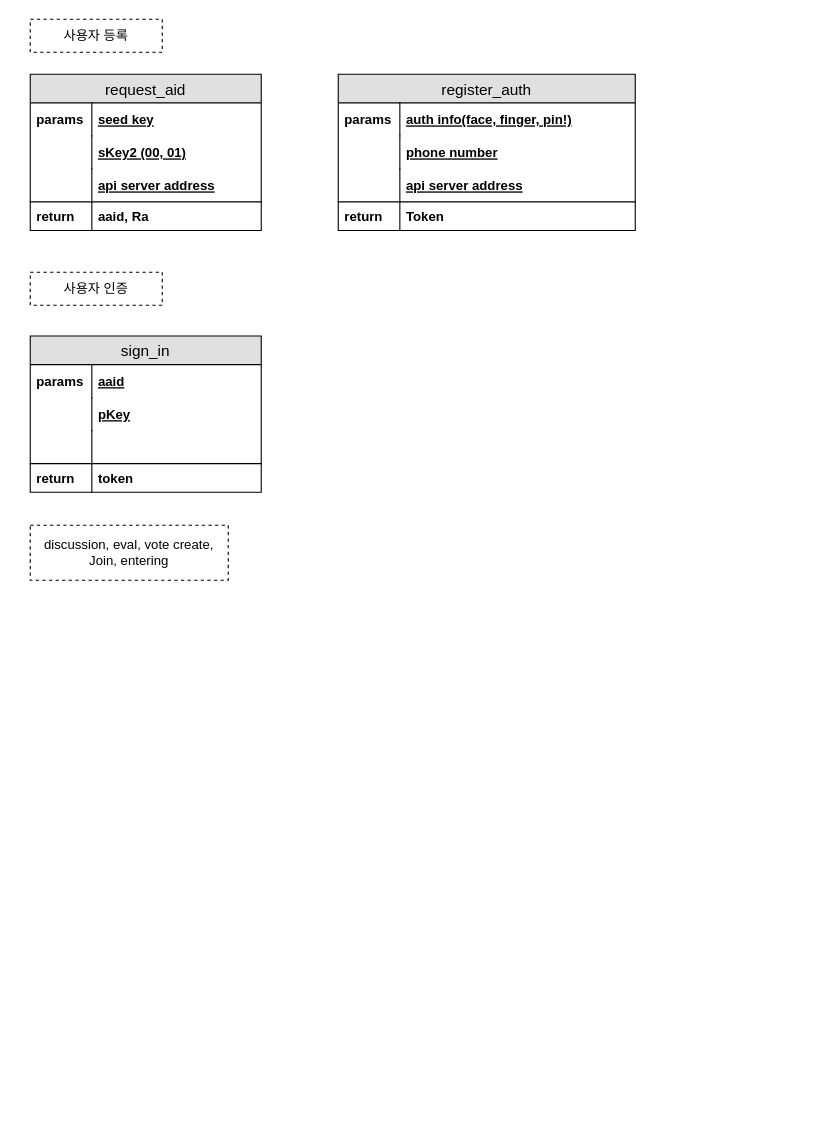
This is Kosac Diagram.drawio from lim6112j/kosac-diagram, a draw.io file, before an edit. Source tidied: cells renumbered, new cells numbered last; positions are measured from the earlier drawing's top-left corner, leaving out a move shared by most shapes. Both pictures are drawn from the tidied source at 110%, with x=0, y=0 at pixel (30, 19).
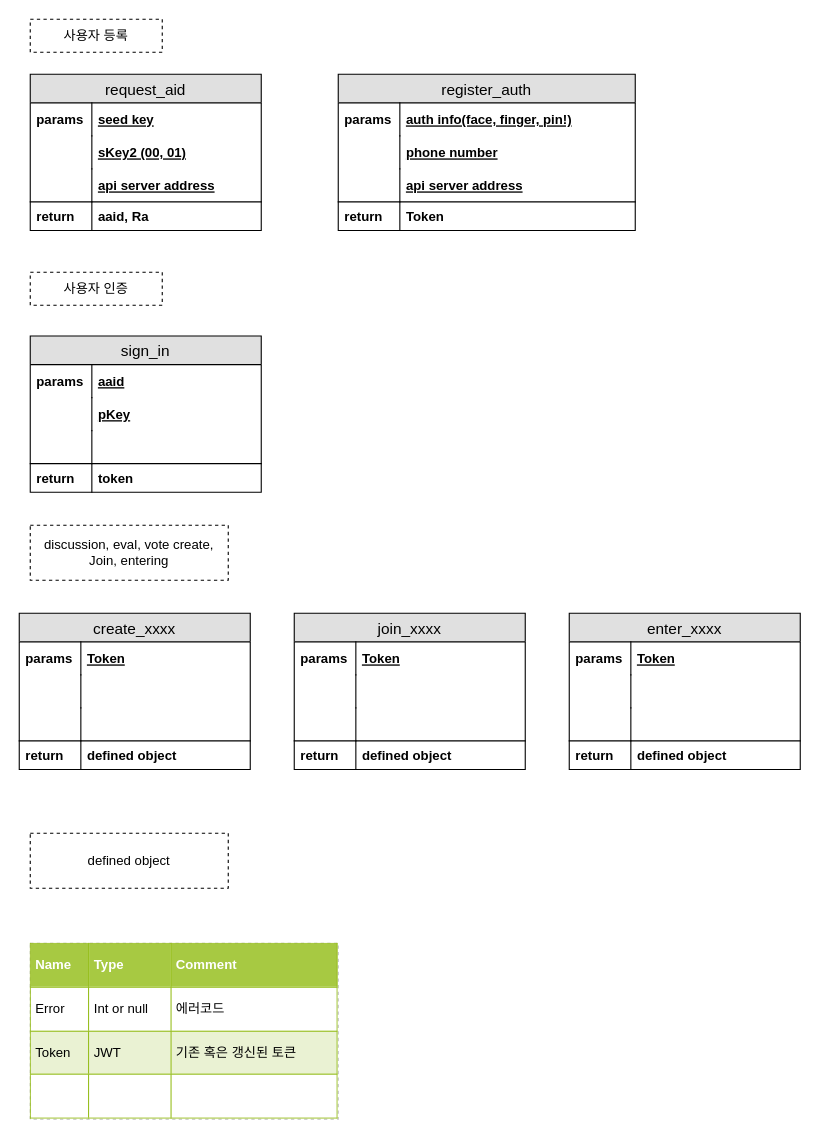
The same diagram, later.

Change to the diagram source:
```diff
@@
+    <mxCell id="32" value="create_xxxx" style="swimlane;fontStyle=0;horizontal=1;startSize=26;fillColor=#e0e0e0;swimlaneFillColor=#ffffff;align=center;fontSize=14;" parent="1" vertex="1">
+      <mxGeometry x="-10" y="540" width="210" height="142" as="geometry" />
+    </mxCell>
+    <mxCell id="33" value="Token" style="shape=partialRectangle;top=0;left=0;right=0;bottom=0;align=left;verticalAlign=middle;fillColor=none;spacingLeft=60;spacingRight=4;overflow=hidden;fontStyle=5;fontSize=12;" parent="32" vertex="1">
+      <mxGeometry y="26" width="210" height="30" as="geometry" />
+    </mxCell>
+    <mxCell id="34" value="params" style="shape=partialRectangle;fontStyle=1;top=0;left=0;bottom=0;fillColor=none;align=left;verticalAlign=middle;spacingLeft=4;spacingRight=4;overflow=hidden;fontSize=12;" parent="33" vertex="1">
+      <mxGeometry width="56" height="30" as="geometry" />
+    </mxCell>
+    <mxCell id="35" style="shape=partialRectangle;top=0;left=0;right=0;bottom=1;align=left;verticalAlign=middle;fillColor=none;spacingLeft=60;spacingRight=4;overflow=hidden;fontStyle=5;fontSize=12;strokeColor=none;" parent="32" vertex="1">
+      <mxGeometry y="56" width="210" height="30" as="geometry" />
+    </mxCell>
+    <mxCell id="36" style="shape=partialRectangle;fontStyle=1;top=0;left=0;bottom=0;fillColor=none;align=left;verticalAlign=middle;spacingLeft=4;spacingRight=4;overflow=hidden;fontSize=12;" parent="35" vertex="1">
+      <mxGeometry width="56" height="30" as="geometry" />
+    </mxCell>
+    <mxCell id="37" style="shape=partialRectangle;top=0;left=0;right=0;bottom=1;align=left;verticalAlign=middle;fillColor=none;spacingLeft=60;spacingRight=4;overflow=hidden;fontStyle=5;fontSize=12;" parent="32" vertex="1">
+      <mxGeometry y="86" width="210" height="30" as="geometry" />
+    </mxCell>
+    <mxCell id="38" style="shape=partialRectangle;fontStyle=1;top=0;left=0;bottom=0;fillColor=none;align=left;verticalAlign=middle;spacingLeft=4;spacingRight=4;overflow=hidden;fontSize=12;" parent="37" vertex="1">
+      <mxGeometry width="56" height="30" as="geometry" />
+    </mxCell>
+    <mxCell id="39" value="defined object" style="shape=partialRectangle;top=0;left=0;right=0;bottom=0;align=left;verticalAlign=top;fillColor=none;spacingLeft=60;spacingRight=4;overflow=hidden;fontSize=12;fontStyle=1;" parent="32" vertex="1">
+      <mxGeometry y="116" width="210" height="26" as="geometry" />
+    </mxCell>
+    <mxCell id="40" value="return" style="shape=partialRectangle;top=0;left=0;bottom=0;fillColor=none;align=left;verticalAlign=top;spacingLeft=4;spacingRight=4;overflow=hidden;fontSize=12;fontStyle=1;" parent="39" vertex="1">
+      <mxGeometry width="56" height="26" as="geometry" />
+    </mxCell>
+    <mxCell id="41" value="join_xxxx" style="swimlane;fontStyle=0;horizontal=1;startSize=26;fillColor=#e0e0e0;swimlaneFillColor=#ffffff;align=center;fontSize=14;" parent="1" vertex="1">
+      <mxGeometry x="240" y="540" width="210" height="142" as="geometry" />
+    </mxCell>
+    <mxCell id="42" value="Token" style="shape=partialRectangle;top=0;left=0;right=0;bottom=0;align=left;verticalAlign=middle;fillColor=none;spacingLeft=60;spacingRight=4;overflow=hidden;fontStyle=5;fontSize=12;" parent="41" vertex="1">
+      <mxGeometry y="26" width="210" height="30" as="geometry" />
+    </mxCell>
+    <mxCell id="43" value="params" style="shape=partialRectangle;fontStyle=1;top=0;left=0;bottom=0;fillColor=none;align=left;verticalAlign=middle;spacingLeft=4;spacingRight=4;overflow=hidden;fontSize=12;" parent="42" vertex="1">
+      <mxGeometry width="56" height="30" as="geometry" />
+    </mxCell>
+    <mxCell id="44" style="shape=partialRectangle;top=0;left=0;right=0;bottom=1;align=left;verticalAlign=middle;fillColor=none;spacingLeft=60;spacingRight=4;overflow=hidden;fontStyle=5;fontSize=12;strokeColor=none;" parent="41" vertex="1">
+      <mxGeometry y="56" width="210" height="30" as="geometry" />
+    </mxCell>
+    <mxCell id="45" style="shape=partialRectangle;fontStyle=1;top=0;left=0;bottom=0;fillColor=none;align=left;verticalAlign=middle;spacingLeft=4;spacingRight=4;overflow=hidden;fontSize=12;" parent="44" vertex="1">
+      <mxGeometry width="56" height="30" as="geometry" />
+    </mxCell>
+    <mxCell id="46" style="shape=partialRectangle;top=0;left=0;right=0;bottom=1;align=left;verticalAlign=middle;fillColor=none;spacingLeft=60;spacingRight=4;overflow=hidden;fontStyle=5;fontSize=12;" parent="41" vertex="1">
+      <mxGeometry y="86" width="210" height="30" as="geometry" />
+    </mxCell>
+    <mxCell id="47" style="shape=partialRectangle;fontStyle=1;top=0;left=0;bottom=0;fillColor=none;align=left;verticalAlign=middle;spacingLeft=4;spacingRight=4;overflow=hidden;fontSize=12;" parent="46" vertex="1">
+      <mxGeometry width="56" height="30" as="geometry" />
+    </mxCell>
+    <mxCell id="48" value="defined object" style="shape=partialRectangle;top=0;left=0;right=0;bottom=0;align=left;verticalAlign=top;fillColor=none;spacingLeft=60;spacingRight=4;overflow=hidden;fontSize=12;fontStyle=1;" parent="41" vertex="1">
+      <mxGeometry y="116" width="210" height="26" as="geometry" />
+    </mxCell>
+    <mxCell id="49" value="return" style="shape=partialRectangle;top=0;left=0;bottom=0;fillColor=none;align=left;verticalAlign=top;spacingLeft=4;spacingRight=4;overflow=hidden;fontSize=12;fontStyle=1;" parent="48" vertex="1">
+      <mxGeometry width="56" height="26" as="geometry" />
+    </mxCell>
+    <mxCell id="50" value="enter_xxxx" style="swimlane;fontStyle=0;horizontal=1;startSize=26;fillColor=#e0e0e0;swimlaneFillColor=#ffffff;align=center;fontSize=14;" parent="1" vertex="1">
+      <mxGeometry x="490" y="540" width="210" height="142" as="geometry" />
+    </mxCell>
+    <mxCell id="51" value="Token" style="shape=partialRectangle;top=0;left=0;right=0;bottom=0;align=left;verticalAlign=middle;fillColor=none;spacingLeft=60;spacingRight=4;overflow=hidden;fontStyle=5;fontSize=12;" parent="50" vertex="1">
+      <mxGeometry y="26" width="210" height="30" as="geometry" />
+    </mxCell>
+    <mxCell id="52" value="params" style="shape=partialRectangle;fontStyle=1;top=0;left=0;bottom=0;fillColor=none;align=left;verticalAlign=middle;spacingLeft=4;spacingRight=4;overflow=hidden;fontSize=12;" parent="51" vertex="1">
+      <mxGeometry width="56" height="30" as="geometry" />
+    </mxCell>
+    <mxCell id="53" style="shape=partialRectangle;top=0;left=0;right=0;bottom=1;align=left;verticalAlign=middle;fillColor=none;spacingLeft=60;spacingRight=4;overflow=hidden;fontStyle=5;fontSize=12;strokeColor=none;" parent="50" vertex="1">
+      <mxGeometry y="56" width="210" height="30" as="geometry" />
+    </mxCell>
+    <mxCell id="54" style="shape=partialRectangle;fontStyle=1;top=0;left=0;bottom=0;fillColor=none;align=left;verticalAlign=middle;spacingLeft=4;spacingRight=4;overflow=hidden;fontSize=12;" parent="53" vertex="1">
+      <mxGeometry width="56" height="30" as="geometry" />
+    </mxCell>
+    <mxCell id="55" style="shape=partialRectangle;top=0;left=0;right=0;bottom=1;align=left;verticalAlign=middle;fillColor=none;spacingLeft=60;spacingRight=4;overflow=hidden;fontStyle=5;fontSize=12;" parent="50" vertex="1">
+      <mxGeometry y="86" width="210" height="30" as="geometry" />
+    </mxCell>
+    <mxCell id="56" style="shape=partialRectangle;fontStyle=1;top=0;left=0;bottom=0;fillColor=none;align=left;verticalAlign=middle;spacingLeft=4;spacingRight=4;overflow=hidden;fontSize=12;" parent="55" vertex="1">
+      <mxGeometry width="56" height="30" as="geometry" />
+    </mxCell>
+    <mxCell id="57" value="defined object" style="shape=partialRectangle;top=0;left=0;right=0;bottom=0;align=left;verticalAlign=top;fillColor=none;spacingLeft=60;spacingRight=4;overflow=hidden;fontSize=12;fontStyle=1;" parent="50" vertex="1">
+      <mxGeometry y="116" width="210" height="26" as="geometry" />
+    </mxCell>
+    <mxCell id="58" value="return" style="shape=partialRectangle;top=0;left=0;bottom=0;fillColor=none;align=left;verticalAlign=top;spacingLeft=4;spacingRight=4;overflow=hidden;fontSize=12;fontStyle=1;" parent="57" vertex="1">
+      <mxGeometry width="56" height="26" as="geometry" />
+    </mxCell>
+    <mxCell id="59" value="defined object" style="rounded=0;whiteSpace=wrap;html=1;dashed=1;" parent="1" vertex="1">
+      <mxGeometry y="740" width="180" height="50" as="geometry" />
+    </mxCell>
+    <mxCell id="60" value="&lt;table border=&quot;1&quot; width=&quot;100%&quot; cellpadding=&quot;4&quot; style=&quot;width: 100% ; height: 100% ; border-collapse: collapse&quot;&gt;&lt;tbody&gt;&lt;tr style=&quot;background-color: #a7c942 ; color: #ffffff ; border: 1px solid #98bf21&quot;&gt;&lt;th align=&quot;left&quot;&gt;Name&lt;/th&gt;&lt;th align=&quot;left&quot;&gt;Type&lt;/th&gt;&lt;th align=&quot;left&quot;&gt;Comment&lt;/th&gt;&lt;/tr&gt;&lt;tr style=&quot;border: 1px solid #98bf21&quot;&gt;&lt;td&gt;Error&lt;/td&gt;&lt;td&gt;Int or null&lt;/td&gt;&lt;td&gt;에러코드&lt;/td&gt;&lt;/tr&gt;&lt;tr style=&quot;background-color: #eaf2d3 ; border: 1px solid #98bf21&quot;&gt;&lt;td&gt;Token&lt;/td&gt;&lt;td&gt;JWT&lt;/td&gt;&lt;td&gt;기존 혹은 갱신된 토큰&lt;/td&gt;&lt;/tr&gt;&lt;tr style=&quot;border: 1px solid #98bf21&quot;&gt;&lt;td&gt;&lt;br&gt;&lt;/td&gt;&lt;td&gt;&lt;/td&gt;&lt;td&gt;&lt;/td&gt;&lt;/tr&gt;&lt;/tbody&gt;&lt;/table&gt;" style="text;html=1;strokeColor=#c0c0c0;fillColor=#ffffff;overflow=fill;rounded=0;dashed=1;" parent="1" vertex="1">
+      <mxGeometry y="840" width="280" height="160" as="geometry" />
+    </mxCell>
```
